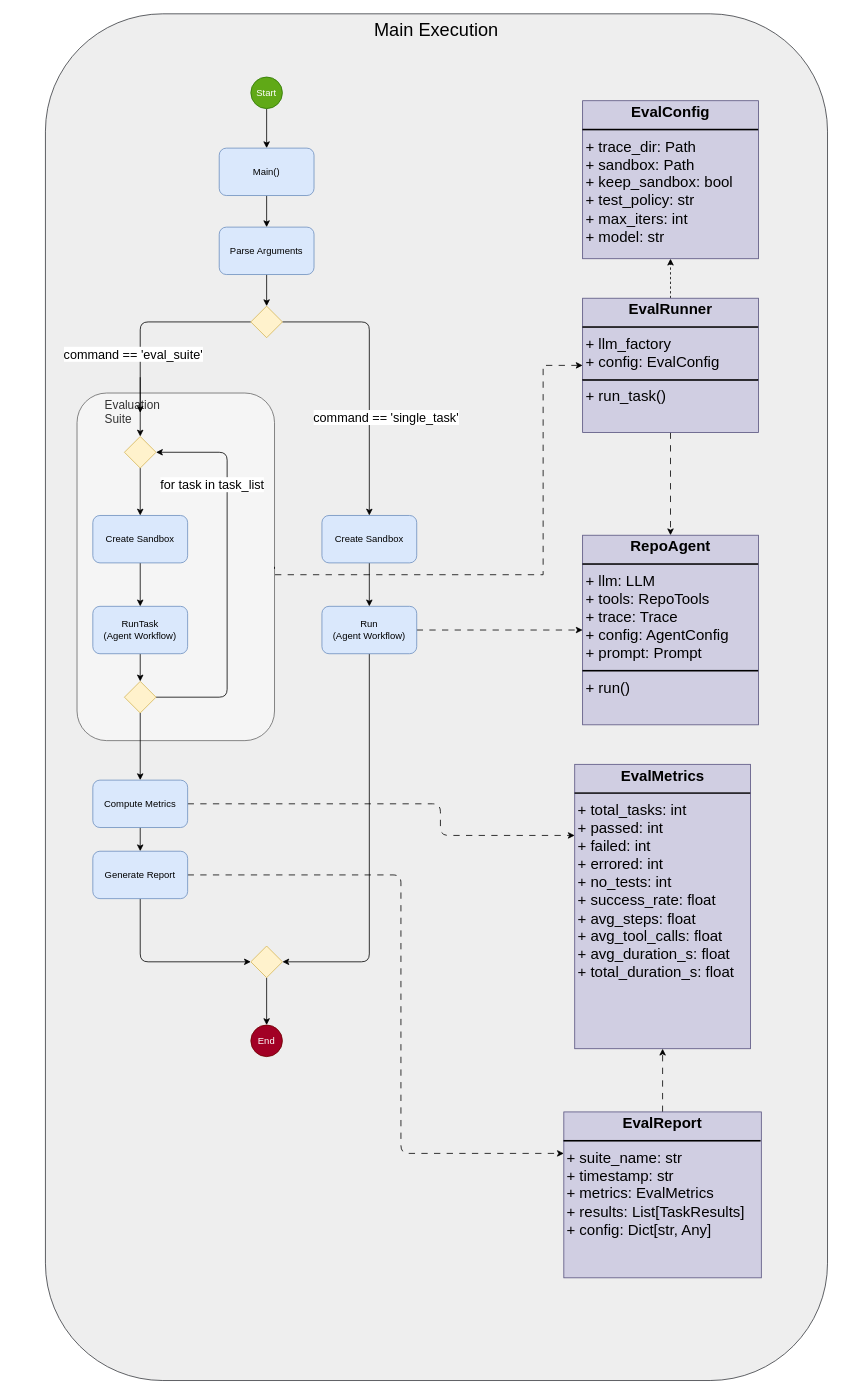
Above: blog_post/diagrams/main_execution.drawio in jbthejedi/llm-repo-agent (draw.io), before the change. Source tidied: cells renumbered, new cells numbered last; positions are measured from the earlier drawing's top-left corner, leaving out a move shared by most shapes. Both pictures are drawn from the tidied source at 79%, with x=0, y=0 at pixel (45, 13).
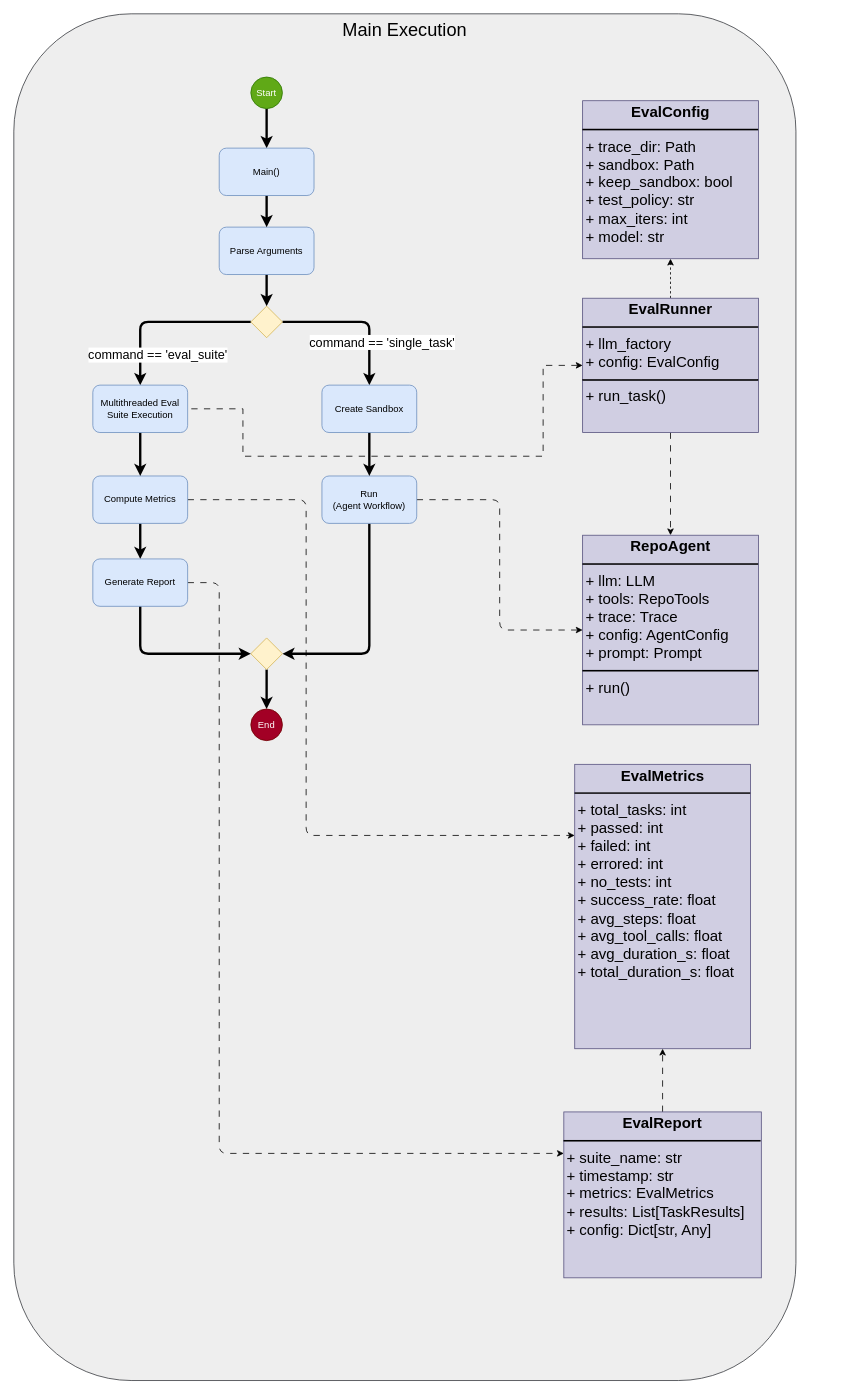
Above is the later version.

Commit message:
update main execution diagram

The change refers to these unchanged cells:
```xml
<mxCell id="7" value="Start" style="ellipse;whiteSpace=wrap;html=1;fillColor=#60a917;fontColor=#ffffff;strokeColor=#2D7600;" parent="1" vertex="1">
  <mxGeometry x="260" y="80" width="40" height="40" as="geometry" />
</mxCell>
<mxCell id="15" style="rhombus;whiteSpace=wrap;html=1;fillColor=#fff2cc;strokeColor=#d6b656;" parent="1" vertex="1">
  <mxGeometry x="260" y="370" width="40" height="40" as="geometry" />
</mxCell>
<mxCell id="28" value="&lt;p style=&quot;margin:0px;margin-top:4px;text-align:center;&quot;&gt;&lt;b&gt;EvalRunner&lt;/b&gt;&lt;/p&gt;&lt;hr style=&quot;border-style:solid;&quot;&gt;&lt;p style=&quot;margin:0px;margin-left:4px;&quot;&gt;+ llm_factory&lt;/p&gt;&lt;p style=&quot;margin:0px;margin-left:4px;&quot;&gt;+ config: EvalConfig&lt;br&gt;&lt;/p&gt;&lt;hr style=&quot;border-style:solid;&quot;&gt;&lt;p style=&quot;margin:0px;margin-left:4px;&quot;&gt;+ run_task()&lt;/p&gt;" style="verticalAlign=top;align=left;overflow=fill;html=1;whiteSpace=wrap;fontSize=19;fillColor=#d0cee2;strokeColor=#56517e;labelBackgroundColor=none;" parent="1" vertex="1">
  <mxGeometry x="680" y="360" width="222.5" height="170" as="geometry" />
</mxCell>
<mxCell id="36" value="Parse Arguments" style="rounded=1;whiteSpace=wrap;html=1;fillColor=#dae8fc;strokeColor=#6c8ebf;" parent="1" vertex="1">
  <mxGeometry x="220" y="270" width="120" height="60" as="geometry" />
</mxCell>
<mxCell id="38" value="Main()" style="rounded=1;whiteSpace=wrap;html=1;fillColor=#dae8fc;strokeColor=#6c8ebf;" parent="1" vertex="1">
  <mxGeometry x="220" y="170" width="120" height="60" as="geometry" />
</mxCell>
<mxCell id="46" value="&lt;p style=&quot;margin:0px;margin-top:4px;text-align:center;&quot;&gt;&lt;b&gt;EvalMetrics&lt;/b&gt;&lt;/p&gt;&lt;hr style=&quot;border-style:solid;&quot;&gt;&lt;p style=&quot;margin:0px;margin-left:4px;&quot;&gt;+ total_tasks: int&lt;/p&gt;&lt;p style=&quot;margin:0px;margin-left:4px;&quot;&gt;+ passed: int&lt;/p&gt;&lt;p style=&quot;margin:0px;margin-left:4px;&quot;&gt;+ failed: int&lt;/p&gt;&lt;p style=&quot;margin:0px;margin-left:4px;&quot;&gt;+ errored: int&lt;/p&gt;&lt;p style=&quot;margin:0px;margin-left:4px;&quot;&gt;+ no_tests: int&lt;/p&gt;&lt;p style=&quot;margin:0px;margin-left:4px;&quot;&gt;+ success_rate: float&lt;/p&gt;&lt;p style=&quot;margin:0px;margin-left:4px;&quot;&gt;+ avg_steps: float&lt;/p&gt;&lt;p style=&quot;margin:0px;margin-left:4px;&quot;&gt;+ avg_tool_calls: float&lt;/p&gt;&lt;p style=&quot;margin:0px;margin-left:4px;&quot;&gt;+ avg_duration_s: float&lt;/p&gt;&lt;p style=&quot;margin:0px;margin-left:4px;&quot;&gt;+ total_duration_s: float&lt;/p&gt;" style="verticalAlign=top;align=left;overflow=fill;html=1;whiteSpace=wrap;fontSize=19;fillColor=#d0cee2;strokeColor=#56517e;labelBackgroundColor=none;" parent="1" vertex="1">
  <mxGeometry x="670" y="950" width="222.5" height="360" as="geometry" />
</mxCell>
<mxCell id="48" value="&lt;p style=&quot;margin:0px;margin-top:4px;text-align:center;&quot;&gt;&lt;b&gt;EvalReport&lt;/b&gt;&lt;/p&gt;&lt;hr style=&quot;border-style:solid;&quot;&gt;&lt;p style=&quot;margin:0px;margin-left:4px;&quot;&gt;+ suite_name: str&lt;/p&gt;&lt;p style=&quot;margin:0px;margin-left:4px;&quot;&gt;+ timestamp: str&lt;/p&gt;&lt;p style=&quot;margin:0px;margin-left:4px;&quot;&gt;+ metrics: EvalMetrics&lt;/p&gt;&lt;p style=&quot;margin:0px;margin-left:4px;&quot;&gt;+ results: List[TaskResults]&lt;/p&gt;&lt;p style=&quot;margin:0px;margin-left:4px;&quot;&gt;+ config: Dict[str, Any]&lt;/p&gt;" style="verticalAlign=top;align=left;overflow=fill;html=1;whiteSpace=wrap;fontSize=19;fillColor=#d0cee2;strokeColor=#56517e;labelBackgroundColor=none;" parent="1" vertex="1">
  <mxGeometry x="656.2" y="1390" width="250" height="210" as="geometry" />
</mxCell>
```

The edit, as a diff of the source:
```diff
@@
     <mxCell id="2" value="Main Execution" style="rounded=1;whiteSpace=wrap;html=1;fillColor=#eeeeee;strokeColor=#36393d;verticalAlign=top;fontSize=23;" parent="1" vertex="1">
-      <mxGeometry width="990" height="1730" as="geometry" />
+      <mxGeometry x="-40" width="990" height="1730" as="geometry" />
     </mxCell>
-    <mxCell id="3" value="&lt;span style=&quot;white-space: pre;&quot;&gt;&#9;&lt;/span&gt;Evaluation&lt;div&gt;&lt;span style=&quot;white-space: pre;&quot;&gt;&#9;&lt;/span&gt;Suite&lt;/div&gt;" style="rounded=1;whiteSpace=wrap;html=1;verticalAlign=top;align=left;fontSize=15;fillColor=#f5f5f5;fontColor=#333333;strokeColor=#666666;" parent="1" vertex="1">
-      <mxGeometry x="40" y="480" width="250" height="440" as="geometry" />
-    </mxCell>
-    <mxCell id="4" style="edgeStyle=none;html=1;exitX=0.5;exitY=1;exitDx=0;exitDy=0;entryX=0.5;entryY=0;entryDx=0;entryDy=0;" parent="1" edge="1" source="5" target="24">
-      <mxGeometry relative="1" as="geometry" />
-    </mxCell>
-    <mxCell id="5" value="RunTask&lt;br&gt;(Agent Workflow)" style="rounded=1;whiteSpace=wrap;html=1;fillColor=#dae8fc;strokeColor=#6c8ebf;" parent="1" vertex="1">
-      <mxGeometry x="60" y="750" width="120" height="60" as="geometry" />
-    </mxCell>
-    <mxCell id="6" style="edgeStyle=none;html=1;exitX=0.5;exitY=1;exitDx=0;exitDy=0;entryX=0.5;entryY=0;entryDx=0;entryDy=0;" parent="1" edge="1" source="7" target="38">
+    <mxCell id="6" style="edgeStyle=none;html=1;exitX=0.5;exitY=1;exitDx=0;exitDy=0;entryX=0.5;entryY=0;entryDx=0;entryDy=0;strokeWidth=3;" parent="1" edge="1" source="7" target="38">
       <mxGeometry relative="1" as="geometry" />
     </mxCell>
@@
-    <mxCell id="8" style="edgeStyle=orthogonalEdgeStyle;html=1;exitX=0.5;exitY=1;exitDx=0;exitDy=0;entryX=1;entryY=0.5;entryDx=0;entryDy=0;" parent="1" edge="1" source="10" target="17">
+    <mxCell id="8" style="edgeStyle=orthogonalEdgeStyle;html=1;exitX=0.5;exitY=1;exitDx=0;exitDy=0;entryX=1;entryY=0.5;entryDx=0;entryDy=0;strokeWidth=3;" parent="1" edge="1" source="10" target="17">
       <mxGeometry relative="1" as="geometry" />
     </mxCell>
@@
     <mxCell id="10" value="Run&lt;br&gt;(Agent Workflow)" style="rounded=1;whiteSpace=wrap;html=1;fillColor=#dae8fc;strokeColor=#6c8ebf;" parent="1" vertex="1">
-      <mxGeometry x="350" y="750" width="120" height="60" as="geometry" />
+      <mxGeometry x="350" y="585" width="120" height="60" as="geometry" />
     </mxCell>
-    <mxCell id="11" style="edgeStyle=orthogonalEdgeStyle;html=1;exitX=1;exitY=0.5;exitDx=0;exitDy=0;entryX=0.5;entryY=0;entryDx=0;entryDy=0;" parent="1" edge="1" source="15" target="31">
+    <mxCell id="11" style="edgeStyle=orthogonalEdgeStyle;html=1;exitX=1;exitY=0.5;exitDx=0;exitDy=0;entryX=0.5;entryY=0;entryDx=0;entryDy=0;strokeWidth=3;" parent="1" edge="1" source="15" target="31">
       <mxGeometry relative="1" as="geometry" />
     </mxCell>
@@
-    <mxCell id="13" style="edgeStyle=orthogonalEdgeStyle;html=1;exitX=0;exitY=0.5;exitDx=0;exitDy=0;entryX=0.5;entryY=0;entryDx=0;entryDy=0;" parent="1" edge="1" source="15" target="20">
-      <mxGeometry relative="1" as="geometry" />
+    <mxCell id="13" style="edgeStyle=orthogonalEdgeStyle;html=1;exitX=0;exitY=0.5;exitDx=0;exitDy=0;entryX=0.5;entryY=0;entryDx=0;entryDy=0;strokeWidth=3;" parent="1" edge="1" source="15" target="50">
+      <mxGeometry relative="1" as="geometry">
+        <Array as="points">
+          <mxPoint x="120" y="390" />
+        </Array>
+      </mxGeometry>
     </mxCell>
@@
-    <mxCell id="16" style="edgeStyle=none;html=1;exitX=0.5;exitY=1;exitDx=0;exitDy=0;entryX=0.5;entryY=0;entryDx=0;entryDy=0;" parent="1" edge="1" source="17" target="18">
+    <mxCell id="16" style="edgeStyle=none;html=1;exitX=0.5;exitY=1;exitDx=0;exitDy=0;entryX=0.5;entryY=0;entryDx=0;entryDy=0;strokeWidth=3;" parent="1" edge="1" source="17" target="18">
       <mxGeometry relative="1" as="geometry" />
     </mxCell>
     <mxCell id="17" style="rhombus;whiteSpace=wrap;html=1;fillColor=#fff2cc;strokeColor=#d6b656;" parent="1" vertex="1">
-      <mxGeometry x="260" y="1180" width="40" height="40" as="geometry" />
+      <mxGeometry x="260" y="790" width="40" height="40" as="geometry" />
     </mxCell>
     <mxCell id="18" value="End" style="ellipse;whiteSpace=wrap;html=1;fillColor=#a20025;fontColor=#ffffff;strokeColor=#6F0000;" parent="1" vertex="1">
-      <mxGeometry x="260" y="1280" width="40" height="40" as="geometry" />
+      <mxGeometry x="260" y="880" width="40" height="40" as="geometry" />
     </mxCell>
-    <mxCell id="19" style="edgeStyle=none;html=1;exitX=0.5;exitY=1;exitDx=0;exitDy=0;entryX=0.5;entryY=0;entryDx=0;entryDy=0;" parent="1" edge="1" source="20" target="34">
-      <mxGeometry relative="1" as="geometry" />
-    </mxCell>
-    <mxCell id="20" style="rhombus;whiteSpace=wrap;html=1;fillColor=#fff2cc;strokeColor=#d6b656;" parent="1" vertex="1">
-      <mxGeometry x="100" y="535" width="40" height="40" as="geometry" />
-    </mxCell>
-    <mxCell id="21" style="edgeStyle=orthogonalEdgeStyle;html=1;exitX=1;exitY=0.5;exitDx=0;exitDy=0;entryX=1;entryY=0.5;entryDx=0;entryDy=0;" parent="1" edge="1" source="24" target="20">
-      <mxGeometry relative="1" as="geometry">
-        <Array as="points">
-          <mxPoint x="230" y="865" />
-          <mxPoint x="230" y="555" />
-        </Array>
-      </mxGeometry>
-    </mxCell>
-    <mxCell id="22" value="for task in task_list" style="edgeLabel;html=1;align=center;verticalAlign=middle;fontSize=16;labelBackgroundColor=light-dark(#FFFFFF,#1A1A1A);" parent="21" vertex="1">
-      <mxGeometry x="-0.01" y="-1" relative="1" as="geometry">
-        <mxPoint x="-21" y="-117" as="offset" />
-      </mxGeometry>
-    </mxCell>
-    <mxCell id="23" style="edgeStyle=none;html=1;exitX=0.5;exitY=1;exitDx=0;exitDy=0;entryX=0.5;entryY=0;entryDx=0;entryDy=0;" parent="1" edge="1" source="24" target="41">
-      <mxGeometry relative="1" as="geometry" />
-    </mxCell>
-    <mxCell id="24" style="rhombus;whiteSpace=wrap;html=1;fillColor=#fff2cc;strokeColor=#d6b656;" parent="1" vertex="1">
-      <mxGeometry x="100" y="845" width="40" height="40" as="geometry" />
-    </mxCell>
-    <mxCell id="25" style="edgeStyle=orthogonalEdgeStyle;html=1;exitX=0;exitY=0.5;exitDx=0;exitDy=0;entryX=1;entryY=0.5;entryDx=0;entryDy=0;rounded=0;curved=0;dashed=1;dashPattern=8 8;startArrow=classic;startFill=1;endArrow=none;endFill=0;" parent="1" edge="1" source="28" target="3">
+    <mxCell id="25" style="edgeStyle=orthogonalEdgeStyle;html=1;exitX=0;exitY=0.5;exitDx=0;exitDy=0;entryX=1;entryY=0.5;entryDx=0;entryDy=0;rounded=0;curved=0;dashed=1;dashPattern=8 8;startArrow=classic;startFill=1;endArrow=none;endFill=0;" parent="1" edge="1" source="28" target="50">
       <mxGeometry relative="1" as="geometry">
         <Array as="points">
           <mxPoint x="630" y="445" />
-          <mxPoint x="630" y="710" />
+          <mxPoint x="630" y="560" />
+          <mxPoint x="250" y="560" />
+          <mxPoint x="250" y="500" />
         </Array>
       </mxGeometry>
     </mxCell>
@@
-    <mxCell id="30" style="edgeStyle=none;html=1;exitX=0.5;exitY=1;exitDx=0;exitDy=0;entryX=0.5;entryY=0;entryDx=0;entryDy=0;" parent="1" edge="1" source="31" target="10">
+    <mxCell id="30" style="edgeStyle=none;html=1;exitX=0.5;exitY=1;exitDx=0;exitDy=0;entryX=0.5;entryY=0;entryDx=0;entryDy=0;strokeWidth=3;" parent="1" edge="1" source="31" target="10">
       <mxGeometry relative="1" as="geometry" />
     </mxCell>
     <mxCell id="31" value="Create Sandbox" style="rounded=1;whiteSpace=wrap;html=1;fillColor=#dae8fc;strokeColor=#6c8ebf;" parent="1" vertex="1">
-      <mxGeometry x="350" y="635" width="120" height="60" as="geometry" />
+      <mxGeometry x="350" y="470" width="120" height="60" as="geometry" />
     </mxCell>
-    <mxCell id="32" style="edgeStyle=none;html=1;exitX=0.5;exitY=1;exitDx=0;exitDy=0;" parent="1" edge="1">
-      <mxGeometry relative="1" as="geometry">
-        <mxPoint x="120" y="460" as="sourcePoint" />
-        <mxPoint x="120" y="505" as="targetPoint" />
-      </mxGeometry>
-    </mxCell>
-    <mxCell id="33" style="edgeStyle=none;html=1;exitX=0.5;exitY=1;exitDx=0;exitDy=0;entryX=0.5;entryY=0;entryDx=0;entryDy=0;" parent="1" edge="1" source="34" target="5">
-      <mxGeometry relative="1" as="geometry" />
-    </mxCell>
-    <mxCell id="34" value="Create Sandbox" style="rounded=1;whiteSpace=wrap;html=1;fillColor=#dae8fc;strokeColor=#6c8ebf;" parent="1" vertex="1">
-      <mxGeometry x="60" y="635" width="120" height="60" as="geometry" />
-    </mxCell>
-    <mxCell id="35" style="edgeStyle=none;html=1;exitX=0.5;exitY=1;exitDx=0;exitDy=0;entryX=0.5;entryY=0;entryDx=0;entryDy=0;" parent="1" edge="1" source="36" target="15">
+    <mxCell id="35" style="edgeStyle=none;html=1;exitX=0.5;exitY=1;exitDx=0;exitDy=0;entryX=0.5;entryY=0;entryDx=0;entryDy=0;strokeWidth=3;" parent="1" edge="1" source="36" target="15">
       <mxGeometry relative="1" as="geometry" />
     </mxCell>
@@
-    <mxCell id="37" style="edgeStyle=none;html=1;exitX=0.5;exitY=1;exitDx=0;exitDy=0;entryX=0.5;entryY=0;entryDx=0;entryDy=0;" parent="1" edge="1" source="38" target="36">
+    <mxCell id="37" style="edgeStyle=none;html=1;exitX=0.5;exitY=1;exitDx=0;exitDy=0;entryX=0.5;entryY=0;entryDx=0;entryDy=0;strokeWidth=3;" parent="1" edge="1" source="38" target="36">
       <mxGeometry relative="1" as="geometry" />
     </mxCell>
@@
-    <mxCell id="39" style="edgeStyle=none;html=1;exitX=0.5;exitY=1;exitDx=0;exitDy=0;entryX=0.5;entryY=0;entryDx=0;entryDy=0;" parent="1" edge="1" source="41" target="44">
+    <mxCell id="39" style="edgeStyle=none;html=1;exitX=0.5;exitY=1;exitDx=0;exitDy=0;entryX=0.5;entryY=0;entryDx=0;entryDy=0;strokeWidth=3;" parent="1" edge="1" source="41" target="44">
       <mxGeometry relative="1" as="geometry" />
     </mxCell>
     <mxCell id="40" style="edgeStyle=orthogonalEdgeStyle;html=1;exitX=1;exitY=0.5;exitDx=0;exitDy=0;entryX=0;entryY=0.25;entryDx=0;entryDy=0;dashed=1;dashPattern=8 8;" parent="1" edge="1" source="41" target="46">
       <mxGeometry relative="1" as="geometry">
         <Array as="points">
-          <mxPoint x="500" y="1000" />
-          <mxPoint x="500" y="1040" />
+          <mxPoint x="330" y="615" />
+          <mxPoint x="330" y="1040" />
         </Array>
       </mxGeometry>
     </mxCell>
     <mxCell id="41" value="Compute Metrics" style="rounded=1;whiteSpace=wrap;html=1;fillColor=#dae8fc;strokeColor=#6c8ebf;" parent="1" vertex="1">
-      <mxGeometry x="60" y="970" width="120" height="60" as="geometry" />
+      <mxGeometry x="60" y="585" width="120" height="60" as="geometry" />
     </mxCell>
-    <mxCell id="42" style="edgeStyle=orthogonalEdgeStyle;html=1;exitX=0.5;exitY=1;exitDx=0;exitDy=0;entryX=0;entryY=0.5;entryDx=0;entryDy=0;" parent="1" edge="1" source="44" target="17">
+    <mxCell id="42" style="edgeStyle=orthogonalEdgeStyle;html=1;exitX=0.5;exitY=1;exitDx=0;exitDy=0;entryX=0;entryY=0.5;entryDx=0;entryDy=0;strokeWidth=3;" parent="1" edge="1" source="44" target="17">
       <mxGeometry relative="1" as="geometry" />
     </mxCell>
     <mxCell id="43" style="edgeStyle=orthogonalEdgeStyle;html=1;exitX=1;exitY=0.5;exitDx=0;exitDy=0;entryX=0;entryY=0.25;entryDx=0;entryDy=0;dashed=1;dashPattern=8 8;" parent="1" edge="1" source="44" target="48">
       <mxGeometry relative="1" as="geometry">
         <Array as="points">
-          <mxPoint x="450" y="1090" />
-          <mxPoint x="450" y="1443" />
+          <mxPoint x="220" y="720" />
+          <mxPoint x="220" y="1443" />
         </Array>
       </mxGeometry>
     </mxCell>
     <mxCell id="44" value="Generate Report" style="rounded=1;whiteSpace=wrap;html=1;fillColor=#dae8fc;strokeColor=#6c8ebf;" parent="1" vertex="1">
-      <mxGeometry x="60" y="1060" width="120" height="60" as="geometry" />
+      <mxGeometry x="60" y="690" width="120" height="60" as="geometry" />
     </mxCell>
@@
+    <mxCell id="49" style="edgeStyle=none;html=1;exitX=0.5;exitY=1;exitDx=0;exitDy=0;entryX=0.5;entryY=0;entryDx=0;entryDy=0;strokeWidth=3;" parent="1" edge="1" source="50" target="41">
+      <mxGeometry relative="1" as="geometry" />
+    </mxCell>
+    <mxCell id="50" value="Multithreaded Eval Suite Execution" style="rounded=1;whiteSpace=wrap;html=1;fillColor=#dae8fc;strokeColor=#6c8ebf;" parent="1" vertex="1">
+      <mxGeometry x="60" y="470" width="120" height="60" as="geometry" />
+    </mxCell>
```
